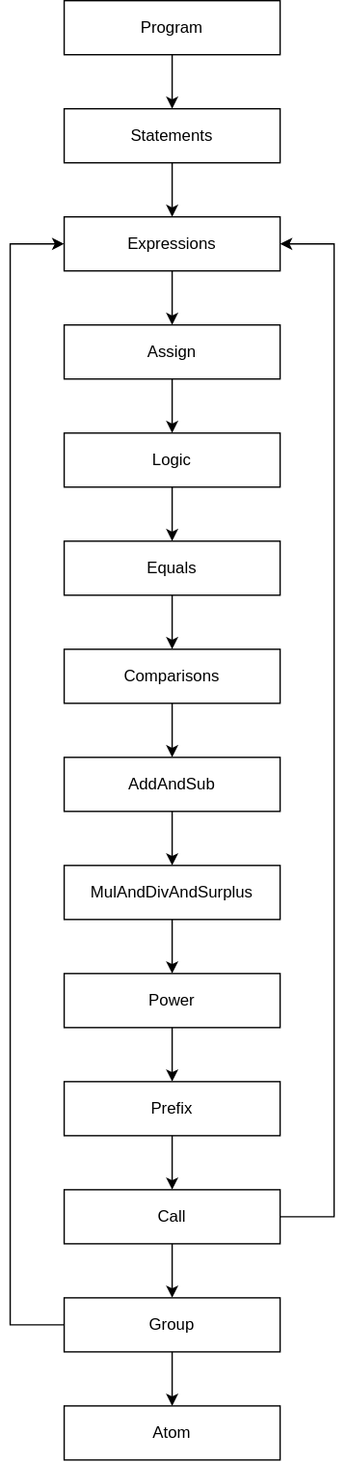
Above: parsers.drawio.svg in kuro-lang/kuro-lang (draw.io), before the change. Source tidied: cells renumbered, new cells last; positions are measured from the earlier drawing's top-left corner, leaving out a move shared by most shapes.
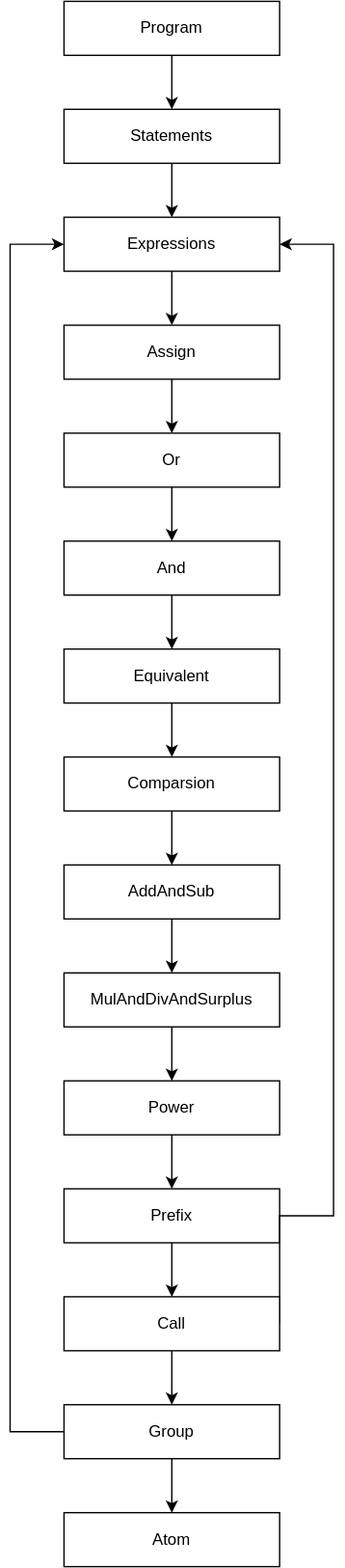
Later version of the same file.

Commit message:
💡 Update parsers graph

The edit, as a diff of the source:
```diff
@@ -6,42 +6,42 @@
       <mxGeometry relative="1" as="geometry" />
     </mxCell>
     <mxCell id="3" value="Program" style="rounded=0;whiteSpace=wrap;html=1;" parent="1" vertex="1">
-      <mxGeometry x="40" width="160" height="40" as="geometry" />
+      <mxGeometry x="40" y="-80" width="160" height="40" as="geometry" />
     </mxCell>
     <mxCell id="4" style="edgeStyle=orthogonalEdgeStyle;rounded=0;jettySize=auto;html=1;exitX=0.5;exitY=1;exitDx=0;exitDy=0;" parent="1" edge="1" source="5" target="7">
       <mxGeometry relative="1" as="geometry" />
     </mxCell>
     <mxCell id="5" value="Statements" style="rounded=0;whiteSpace=wrap;html=1;" parent="1" vertex="1">
-      <mxGeometry x="40" y="80" width="160" height="40" as="geometry" />
+      <mxGeometry x="40" width="160" height="40" as="geometry" />
     </mxCell>
     <mxCell id="6" style="edgeStyle=orthogonalEdgeStyle;rounded=0;jettySize=auto;html=1;exitX=0.5;exitY=1;exitDx=0;exitDy=0;" parent="1" edge="1" source="7" target="9">
       <mxGeometry relative="1" as="geometry" />
     </mxCell>
     <mxCell id="7" value="Expressions" style="rounded=0;whiteSpace=wrap;html=1;" parent="1" vertex="1">
-      <mxGeometry x="40" y="160" width="160" height="40" as="geometry" />
+      <mxGeometry x="40" y="80" width="160" height="40" as="geometry" />
     </mxCell>
     <mxCell id="8" style="edgeStyle=orthogonalEdgeStyle;rounded=0;jettySize=auto;html=1;exitX=0.5;exitY=1;exitDx=0;exitDy=0;" parent="1" edge="1" source="9" target="11">
       <mxGeometry relative="1" as="geometry" />
     </mxCell>
     <mxCell id="9" value="Assign" style="rounded=0;whiteSpace=wrap;html=1;" parent="1" vertex="1">
-      <mxGeometry x="40" y="240" width="160" height="40" as="geometry" />
+      <mxGeometry x="40" y="160" width="160" height="40" as="geometry" />
     </mxCell>
-    <mxCell id="10" style="edgeStyle=orthogonalEdgeStyle;rounded=0;jettySize=auto;html=1;exitX=0.5;exitY=1;exitDx=0;exitDy=0;entryX=0.5;entryY=0;entryDx=0;entryDy=0;" parent="1" edge="1" source="11" target="13">
-      <mxGeometry relative="1" as="geometry" />
-    </mxCell>
+    <mxCell id="31" style="edgeStyle=orthogonalEdgeStyle;rounded=0;jettySize=auto;html=1;exitX=0.5;exitY=1;exitDx=0;exitDy=0;" parent="1" edge="1" source="11" target="33">
+      <mxGeometry relative="1" as="geometry" />
+    </mxCell>
-    <mxCell id="11" value="Logic" style="rounded=0;whiteSpace=wrap;html=1;" parent="1" vertex="1">
-      <mxGeometry x="40" y="320" width="160" height="40" as="geometry" />
+    <mxCell id="11" value="Or" style="rounded=0;whiteSpace=wrap;html=1;" parent="1" vertex="1">
+      <mxGeometry x="40" y="240" width="160" height="40" as="geometry" />
     </mxCell>
     <mxCell id="12" style="edgeStyle=orthogonalEdgeStyle;rounded=0;jettySize=auto;html=1;exitX=0.5;exitY=1;exitDx=0;exitDy=0;entryX=0.5;entryY=0;entryDx=0;entryDy=0;" parent="1" edge="1" source="13" target="15">
       <mxGeometry relative="1" as="geometry" />
     </mxCell>
-    <mxCell id="13" value="Equals" style="rounded=0;whiteSpace=wrap;html=1;" parent="1" vertex="1">
+    <mxCell id="13" value="&lt;span&gt;&lt;/span&gt;&lt;span class=&quot;pl-c1&quot;&gt;Equivalent&lt;/span&gt;" style="rounded=0;whiteSpace=wrap;html=1;" parent="1" vertex="1">
       <mxGeometry x="40" y="400" width="160" height="40" as="geometry" />
     </mxCell>
     <mxCell id="14" style="edgeStyle=orthogonalEdgeStyle;rounded=0;jettySize=auto;html=1;exitX=0.5;exitY=1;exitDx=0;exitDy=0;" parent="1" edge="1" source="15" target="17">
       <mxGeometry relative="1" as="geometry" />
     </mxCell>
-    <mxCell id="15" value="Comparisons" style="rounded=0;whiteSpace=wrap;html=1;" parent="1" vertex="1">
+    <mxCell id="15" value="Comparsion" style="rounded=0;whiteSpace=wrap;html=1;" parent="1" vertex="1">
       <mxGeometry x="40" y="480" width="160" height="40" as="geometry" />
     </mxCell>
     <mxCell id="16" style="edgeStyle=orthogonalEdgeStyle;rounded=0;jettySize=auto;html=1;exitX=0.5;exitY=1;exitDx=0;exitDy=0;entryX=0.5;entryY=0;entryDx=0;entryDy=0;" parent="1" edge="1" source="17" target="19">
@@ -71,8 +71,8 @@
     <mxCell id="24" style="edgeStyle=orthogonalEdgeStyle;rounded=0;jettySize=auto;html=1;exitX=1;exitY=0.5;exitDx=0;exitDy=0;entryX=1;entryY=0.5;entryDx=0;entryDy=0;" parent="1" edge="1" source="26" target="7">
       <mxGeometry relative="1" as="geometry">
         <Array as="points">
-          <mxPoint x="240" y="900" />
-          <mxPoint x="240" y="180" />
+          <mxPoint x="240" y="820" />
+          <mxPoint x="240" y="100" />
         </Array>
       </mxGeometry>
     </mxCell>
@@ -89,7 +89,7 @@
       <mxGeometry relative="1" as="geometry">
         <Array as="points">
           <mxPoint y="980" />
-          <mxPoint y="180" />
+          <mxPoint y="100" />
         </Array>
       </mxGeometry>
     </mxCell>
@@ -99,5 +99,11 @@
     <mxCell id="30" value="Atom" style="rounded=0;whiteSpace=wrap;html=1;" parent="1" vertex="1">
       <mxGeometry x="40" y="1040" width="160" height="40" as="geometry" />
     </mxCell>
+    <mxCell id="32" style="edgeStyle=orthogonalEdgeStyle;rounded=0;jettySize=auto;html=1;exitX=0.5;exitY=1;exitDx=0;exitDy=0;" parent="1" edge="1" source="33" target="13">
+      <mxGeometry relative="1" as="geometry" />
+    </mxCell>
+    <mxCell id="33" value="And" style="rounded=0;whiteSpace=wrap;html=1;" parent="1" vertex="1">
+      <mxGeometry x="40" y="320" width="160" height="40" as="geometry" />
+    </mxCell>
   </root>
 </mxGraphModel>
```
